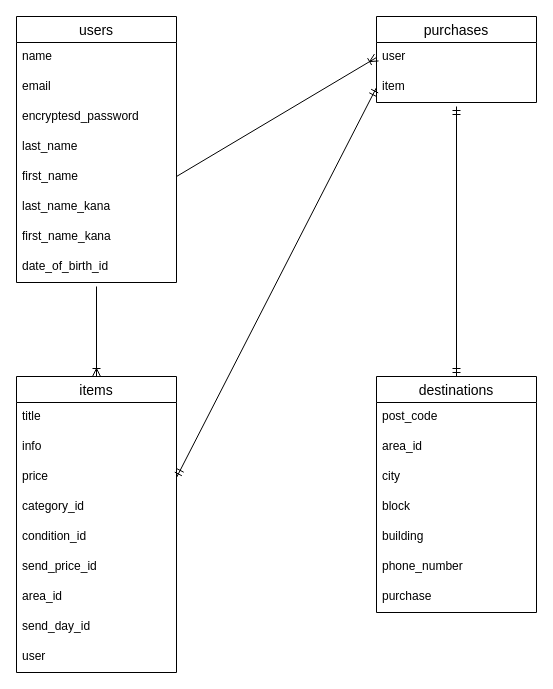
This is page "ページ1" (1 of 2) of furima.dio from coco12030456/furima-37304, a draw.io file, before an edit. Source tidied: cells renumbered, new cells numbered last; positions are measured from the earlier drawing's top-left corner, leaving out a move shared by most shapes. Both pictures are drawn from the tidied source at 100%, with x=0, y=0 at pixel (16, 16).
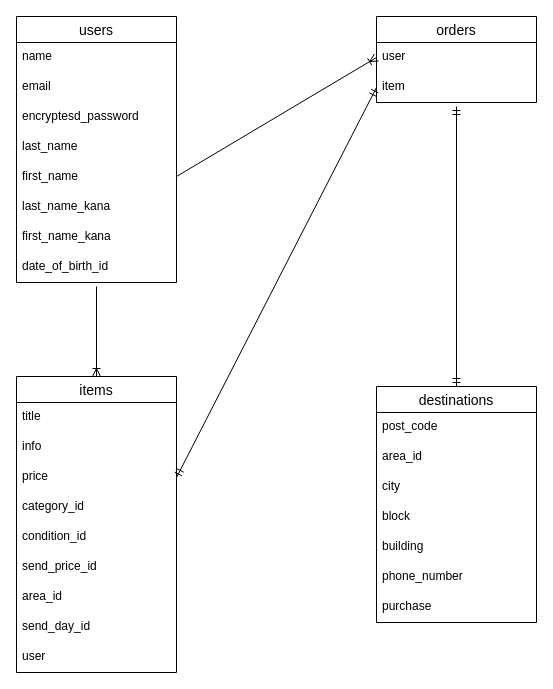
The same page after the edit.

Change to the diagram source:
```diff
@@
-    <mxCell id="21" value="purchases" style="swimlane;fontStyle=0;horizontal=1;startSize=26;align=center;fontSize=14;" parent="1" vertex="1">
+    <mxCell id="21" value="orders" style="swimlane;fontStyle=0;horizontal=1;startSize=26;align=center;fontSize=14;" parent="1" vertex="1">
       <mxGeometry x="360" width="160" height="86" as="geometry" />
     </mxCell>
@@
     <mxCell id="24" value="destinations" style="swimlane;fontStyle=0;horizontal=1;startSize=26;align=center;fontSize=14;" parent="1" vertex="1">
-      <mxGeometry x="360" y="360" width="160" height="236" as="geometry" />
+      <mxGeometry x="360" y="370" width="160" height="236" as="geometry" />
     </mxCell>
```
